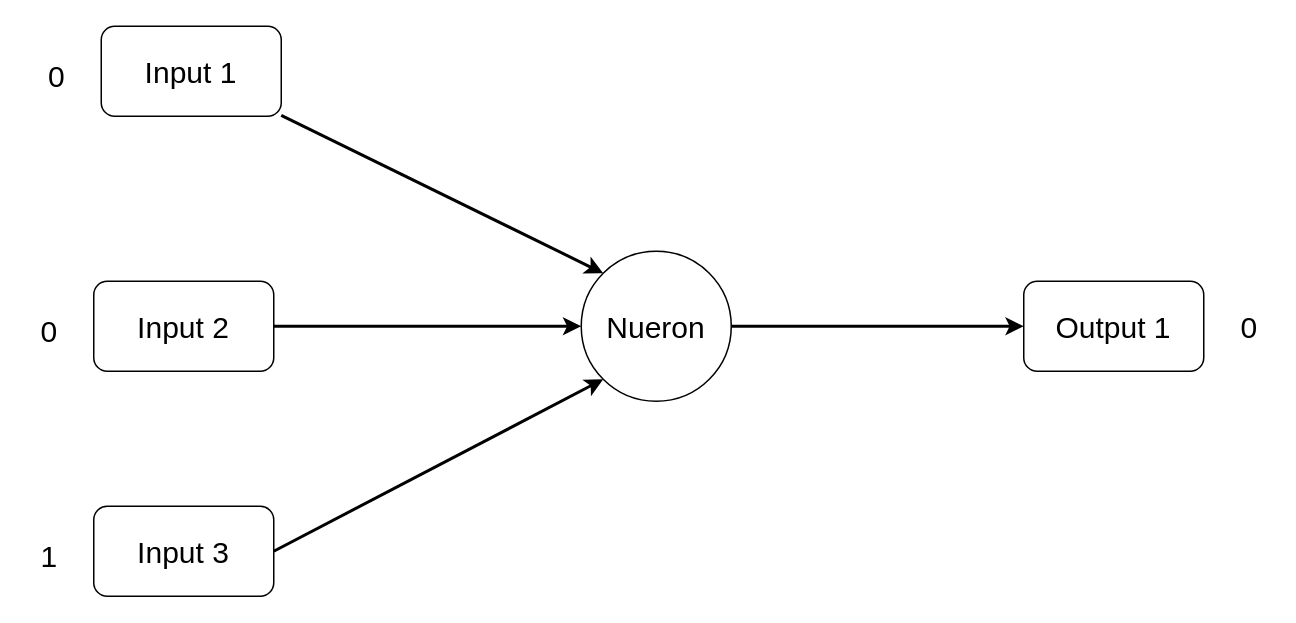
Above: page "architecture" (1 of 2) of nueral-network/nueral-networks.drawio in vishalhulawale/knowledge-base (draw.io), before the change. Source tidied: cells renumbered, new cells numbered last; positions are measured from the earlier drawing's top-left corner, leaving out a move shared by most shapes. Both pictures are drawn from the tidied source at 150%, with x=0, y=0 at pixel (26, 26).
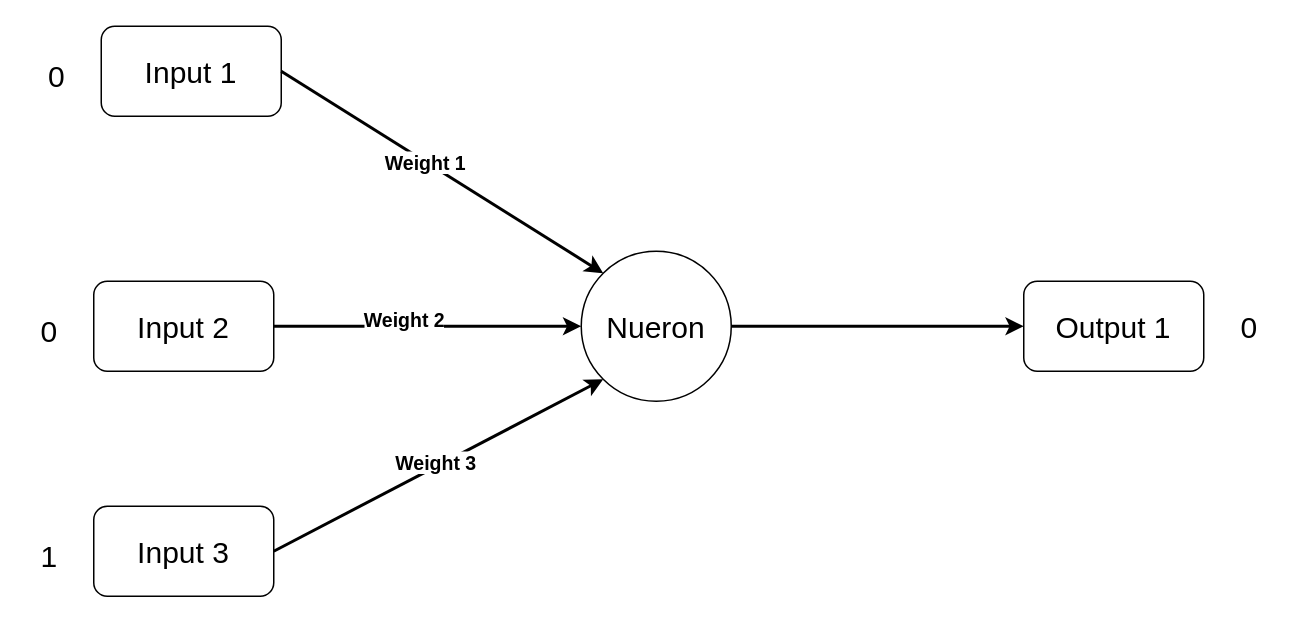
After the change.

Commit message (it also covers changes not shown here):
Add neural network images and update documentation with architecture and training process details

The change refers to these unchanged cells:
```xml
<mxCell id="3" value="Input 1" style="rounded=1;whiteSpace=wrap;html=1;fontSize=20;" parent="2" vertex="1">
  <mxGeometry x="45" width="120" height="60" as="geometry" />
</mxCell>
<mxCell id="12" value="Nueron" style="ellipse;whiteSpace=wrap;html=1;fontSize=20;" parent="1" vertex="1">
  <mxGeometry x="370" y="150" width="100" height="100" as="geometry" />
</mxCell>
<mxCell id="17" style="edgeStyle=orthogonalEdgeStyle;rounded=0;jettySize=auto;html=1;exitX=1;exitY=0.5;exitDx=0;exitDy=0;entryX=0;entryY=0.5;entryDx=0;entryDy=0;strokeWidth=2;" parent="1" edge="1" source="6" target="12">
  <mxGeometry relative="1" as="geometry" />
</mxCell>
<mxCell id="18" style="rounded=0;jettySize=auto;html=1;exitX=1;exitY=0.5;exitDx=0;exitDy=0;entryX=0;entryY=1;entryDx=0;entryDy=0;strokeWidth=2;" parent="1" edge="1" source="9" target="12">
  <mxGeometry relative="1" as="geometry" />
</mxCell>
```

The edit, as a diff of the source:
```diff
@@
-    <mxCell id="16" style="rounded=0;jettySize=auto;html=1;entryX=0;entryY=0;entryDx=0;entryDy=0;strokeWidth=2;" parent="1" edge="1" source="3" target="12">
+    <mxCell id="16" style="rounded=0;jettySize=auto;html=1;entryX=0;entryY=0;entryDx=0;entryDy=0;strokeWidth=2;exitX=1;exitY=0.5;exitDx=0;exitDy=0;" parent="1" edge="1" source="3" target="12">
       <mxGeometry relative="1" as="geometry" />
     </mxCell>
+    <mxCell id="19" value="Weight 1" style="edgeLabel;html=1;align=center;verticalAlign=middle;fontSize=13;fontStyle=1;" parent="16" vertex="1">
+      <mxGeometry x="-0.11" relative="1" as="geometry" />
+    </mxCell>
@@
+    <mxCell id="20" value="Weight 2" style="edgeLabel;html=1;align=center;verticalAlign=middle;fontSize=13;fontStyle=1;" parent="17" vertex="1">
+      <mxGeometry x="-0.16" y="5" relative="1" as="geometry" />
+    </mxCell>
@@
+    <mxCell id="21" value="Weight 3" style="edgeLabel;html=1;align=center;verticalAlign=middle;fontSize=13;fontStyle=1;" parent="18" vertex="1">
+      <mxGeometry x="-0.01" y="3" relative="1" as="geometry" />
+    </mxCell>
```
